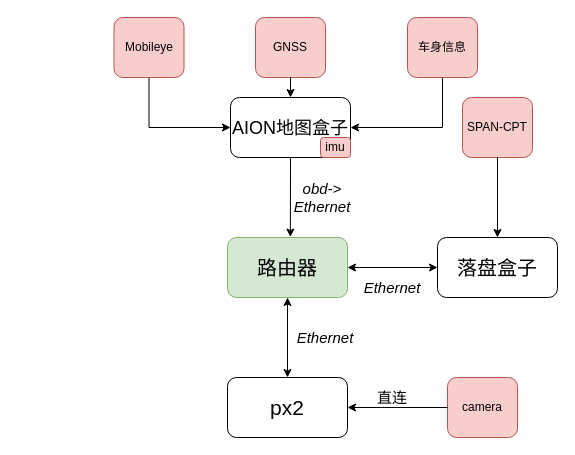
Above: 广汽aionlx车传感器连接方式.drawio in xhzhuhit/Trajectory_Compression_Algorithms (draw.io), before the change. Source tidied: cells renumbered, new cells numbered last; positions are measured from the earlier drawing's top-left corner, leaving out a move shared by most shapes. Both pictures are drawn from the tidied source at 100%, with x=0, y=0 at pixel (113, 17).
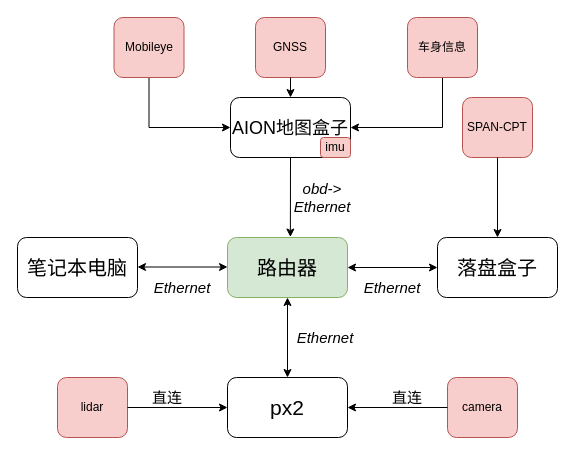
Above is the later version.

Commit message:
Update 广汽aionlx车传感器连接方式.drawio

The change refers to these unchanged cells:
```xml
<mxCell id="3" value="&lt;font style=&quot;font-size: 21px&quot;&gt;px2&lt;/font&gt;" style="rounded=1;whiteSpace=wrap;html=1;" parent="1" vertex="1">
  <mxGeometry x="114" y="360" width="120" height="60" as="geometry" />
</mxCell>
```

What changed in the source:
```diff
@@
     <mxCell id="19" value="&lt;font style=&quot;font-size: 15px&quot;&gt;直连&lt;/font&gt;" style="text;html=1;strokeColor=none;fillColor=none;align=center;verticalAlign=middle;whiteSpace=wrap;rounded=0;" parent="1" vertex="1">
-      <mxGeometry x="259" y="370" width="40" height="20" as="geometry" />
+      <mxGeometry x="274" y="370" width="40" height="20" as="geometry" />
     </mxCell>
@@
+    <mxCell id="24" value="笔记本电脑" style="rounded=1;whiteSpace=wrap;html=1;fontSize=20;" parent="1" vertex="1">
+      <mxGeometry x="-96" y="220" width="120" height="60" as="geometry" />
+    </mxCell>
+    <mxCell id="25" value="&lt;font size=&quot;1&quot;&gt;&lt;em style=&quot;font-size: 15px&quot;&gt;Ethernet&lt;/em&gt;&lt;/font&gt;" style="text;html=1;strokeColor=none;fillColor=none;align=center;verticalAlign=middle;whiteSpace=wrap;rounded=0;" parent="1" vertex="1">
+      <mxGeometry x="34" y="250" width="70" height="40" as="geometry" />
+    </mxCell>
+    <mxCell id="26" style="endArrow=classic;startArrow=classic;html=1;exitX=0;exitY=0.5;exitDx=0;exitDy=0;entryX=1;entryY=0.5;entryDx=0;entryDy=0;" parent="1" edge="1">
+      <mxGeometry relative="1" as="geometry">
+        <mxPoint x="114" y="249.5" as="sourcePoint" />
+        <mxPoint x="24" y="249.5" as="targetPoint" />
+      </mxGeometry>
+    </mxCell>
+    <mxCell id="27" value="lidar" style="rounded=1;whiteSpace=wrap;html=1;fillColor=#f8cecc;strokeColor=#b85450;" parent="1" vertex="1">
+      <mxGeometry x="-56" y="360" width="70" height="60" as="geometry" />
+    </mxCell>
+    <mxCell id="28" style="endArrow=classic;html=1;exitX=1;exitY=0.5;exitDx=0;exitDy=0;entryX=0;entryY=0.5;entryDx=0;entryDy=0;" parent="1" edge="1" source="27" target="3">
+      <mxGeometry relative="1" as="geometry" />
+    </mxCell>
+    <mxCell id="29" value="&lt;font style=&quot;font-size: 15px&quot;&gt;直连&lt;/font&gt;" style="text;html=1;strokeColor=none;fillColor=none;align=center;verticalAlign=middle;whiteSpace=wrap;rounded=0;" parent="1" vertex="1">
+      <mxGeometry x="34" y="370" width="40" height="20" as="geometry" />
+    </mxCell>
```
